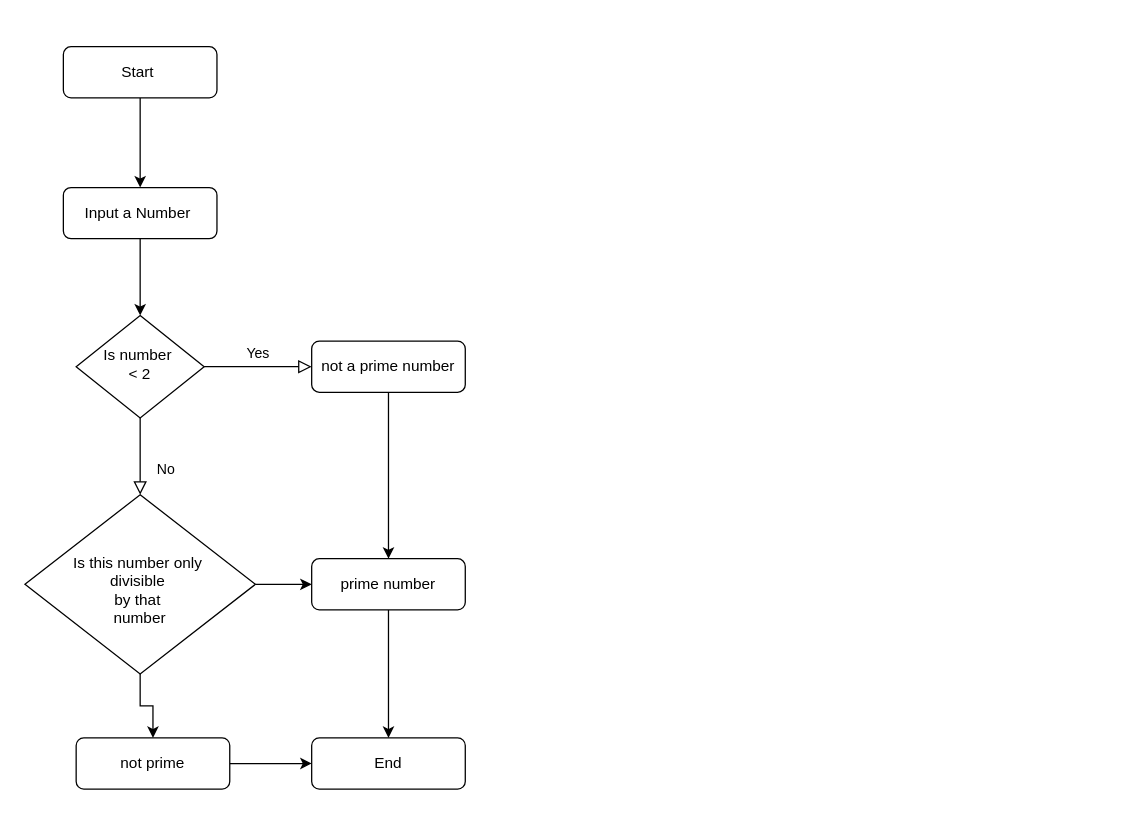
Earlier version of the draw.io diagram Untitled Diagram.drawio (Asandeshh/Asandeshh). Source tidied: cells renumbered, new cells numbered last; positions are measured from the earlier drawing's top-left corner, leaving out a move shared by most shapes. Both pictures are drawn from the tidied source at 128%, with x=0, y=0 at pixel (24, 46).
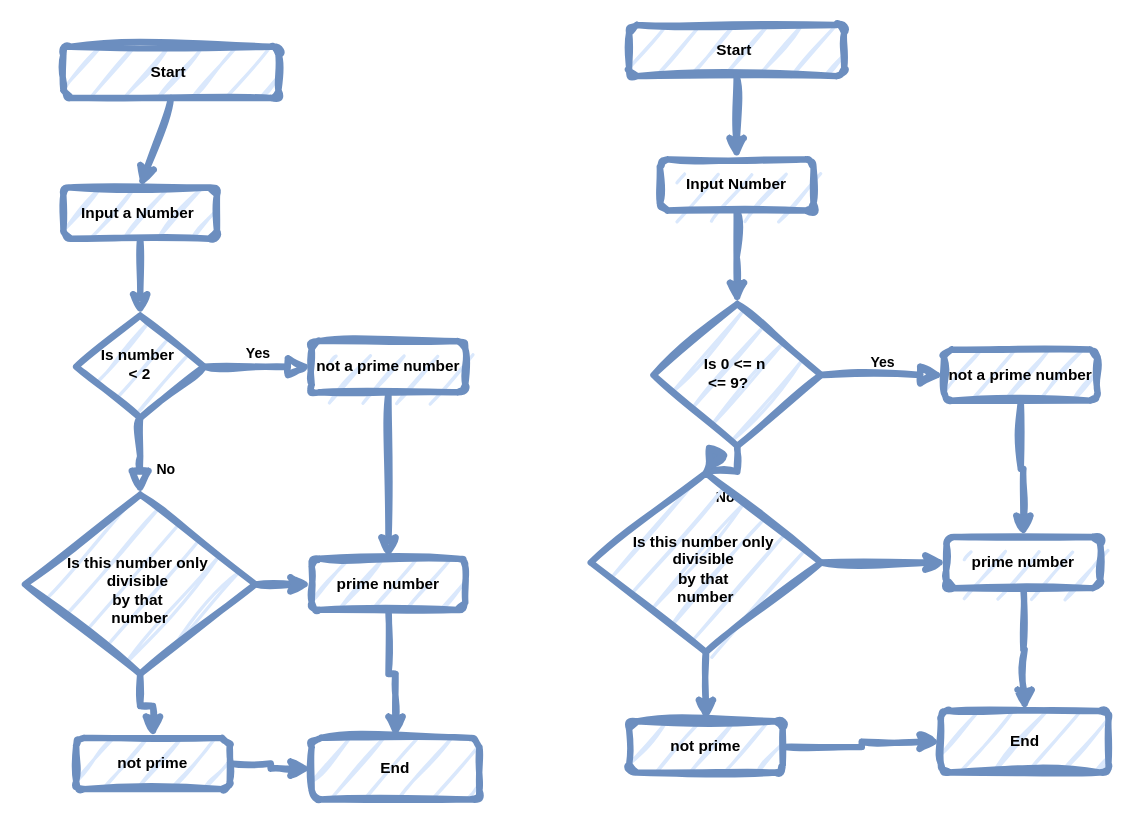
The same diagram, later.

What changed in the source:
```diff
@@
-    <mxCell id="2" value="Start&amp;nbsp;" style="rounded=1;whiteSpace=wrap;html=1;fontSize=12;glass=0;strokeWidth=1;shadow=0;" parent="1" vertex="1">
-      <mxGeometry x="30" width="120" height="40" as="geometry" />
+    <mxCell id="2" value="Start&amp;nbsp;" style="rounded=1;whiteSpace=wrap;html=1;fontSize=12;glass=0;strokeWidth=5;shadow=0;fillColor=#dae8fc;strokeColor=#6c8ebf;sketch=1;curveFitting=1;jiggle=2;fontStyle=1;horizontal=1;verticalAlign=middle;labelBackgroundColor=none;labelBorderColor=none;textShadow=0;" parent="1" vertex="1">
+      <mxGeometry x="30" width="168" height="40" as="geometry" />
     </mxCell>
-    <mxCell id="3" style="edgeStyle=orthogonalEdgeStyle;rounded=0;jettySize=auto;html=1;" parent="1" edge="1" source="4" target="7">
+    <mxCell id="3" style="edgeStyle=orthogonalEdgeStyle;rounded=0;jettySize=auto;html=1;fillColor=#dae8fc;strokeColor=#6c8ebf;strokeWidth=5;sketch=1;curveFitting=1;jiggle=2;shadow=0;fontStyle=1;horizontal=1;verticalAlign=middle;labelBackgroundColor=none;labelBorderColor=none;textShadow=0;" parent="1" edge="1" source="4" target="7">
       <mxGeometry relative="1" as="geometry" />
     </mxCell>
-    <mxCell id="4" value="Input a Number&amp;nbsp;" style="rounded=1;whiteSpace=wrap;html=1;fontSize=12;glass=0;strokeWidth=1;shadow=0;" parent="1" vertex="1">
+    <mxCell id="4" value="Input a Number&amp;nbsp;" style="rounded=1;whiteSpace=wrap;html=1;fontSize=12;glass=0;strokeWidth=5;shadow=0;fillColor=#dae8fc;strokeColor=#6c8ebf;sketch=1;curveFitting=1;jiggle=2;fontStyle=1;horizontal=1;verticalAlign=middle;labelBackgroundColor=none;labelBorderColor=none;textShadow=0;" parent="1" vertex="1">
       <mxGeometry x="30" y="110" width="120" height="40" as="geometry" />
     </mxCell>
-    <mxCell id="5" value="No" style="rounded=0;html=1;jettySize=auto;fontSize=11;endArrow=block;endFill=0;endSize=8;strokeWidth=1;shadow=0;labelBackgroundColor=none;edgeStyle=orthogonalEdgeStyle;" parent="1" edge="1" source="7">
+    <mxCell id="5" value="No" style="rounded=0;html=1;jettySize=auto;fontSize=11;endArrow=block;endFill=0;endSize=8;strokeWidth=5;shadow=0;labelBackgroundColor=none;edgeStyle=orthogonalEdgeStyle;fillColor=#dae8fc;strokeColor=#6c8ebf;sketch=1;curveFitting=1;jiggle=2;fontStyle=1;horizontal=1;verticalAlign=middle;labelBorderColor=none;textShadow=0;" parent="1" edge="1" source="7">
       <mxGeometry x="0.33" y="20" relative="1" as="geometry">
         <mxPoint x="90" y="350" as="targetPoint" />
       </mxGeometry>
     </mxCell>
-    <mxCell id="6" value="Yes" style="edgeStyle=orthogonalEdgeStyle;rounded=0;html=1;jettySize=auto;fontSize=11;endArrow=block;endFill=0;endSize=8;strokeWidth=1;shadow=0;labelBackgroundColor=none;" parent="1" edge="1" source="7" target="9">
+    <mxCell id="6" value="Yes" style="edgeStyle=orthogonalEdgeStyle;rounded=0;html=1;jettySize=auto;fontSize=11;endArrow=block;endFill=0;endSize=8;strokeWidth=5;shadow=0;labelBackgroundColor=none;fillColor=#dae8fc;strokeColor=#6c8ebf;sketch=1;curveFitting=1;jiggle=2;fontStyle=1;horizontal=1;verticalAlign=middle;labelBorderColor=none;textShadow=0;" parent="1" edge="1" source="7" target="9">
       <mxGeometry y="10" relative="1" as="geometry" />
     </mxCell>
-    <mxCell id="7" value="Is number&amp;nbsp;&lt;div&gt;&amp;lt; 2&lt;/div&gt;" style="rhombus;whiteSpace=wrap;html=1;shadow=0;fontFamily=Helvetica;fontSize=12;align=center;strokeWidth=1;spacing=6;spacingTop=-4;" parent="1" vertex="1">
+    <mxCell id="7" value="Is number&amp;nbsp;&lt;div&gt;&amp;lt; 2&lt;/div&gt;" style="rhombus;whiteSpace=wrap;html=1;shadow=0;fontFamily=Helvetica;fontSize=12;align=center;strokeWidth=5;spacing=6;spacingTop=-4;fillColor=#dae8fc;strokeColor=#6c8ebf;sketch=1;curveFitting=1;jiggle=2;fontStyle=1;horizontal=1;verticalAlign=middle;labelBackgroundColor=none;labelBorderColor=none;textShadow=0;" parent="1" vertex="1">
       <mxGeometry x="40" y="210" width="100" height="80" as="geometry" />
     </mxCell>
-    <mxCell id="8" style="edgeStyle=orthogonalEdgeStyle;rounded=0;jettySize=auto;html=1;" parent="1" edge="1" source="9" target="15">
+    <mxCell id="8" style="edgeStyle=orthogonalEdgeStyle;rounded=0;jettySize=auto;html=1;fillColor=#dae8fc;strokeColor=#6c8ebf;strokeWidth=5;sketch=1;curveFitting=1;jiggle=2;shadow=0;fontStyle=1;horizontal=1;verticalAlign=middle;labelBackgroundColor=none;labelBorderColor=none;textShadow=0;" parent="1" edge="1" source="9" target="15">
       <mxGeometry relative="1" as="geometry" />
     </mxCell>
-    <mxCell id="9" value="not a prime number" style="rounded=1;whiteSpace=wrap;html=1;fontSize=12;glass=0;strokeWidth=1;shadow=0;" parent="1" vertex="1">
+    <mxCell id="9" value="not a prime number" style="rounded=1;whiteSpace=wrap;html=1;fontSize=12;glass=0;strokeWidth=5;shadow=0;fillColor=#dae8fc;strokeColor=#6c8ebf;sketch=1;curveFitting=1;jiggle=2;fontStyle=1;horizontal=1;verticalAlign=middle;labelBackgroundColor=none;labelBorderColor=none;textShadow=0;" parent="1" vertex="1">
       <mxGeometry x="224" y="230" width="120" height="40" as="geometry" />
     </mxCell>
-    <mxCell id="10" style="endArrow=classic;html=1;rounded=0;exitX=0.5;exitY=1;exitDx=0;exitDy=0;entryX=0.5;entryY=0;entryDx=0;entryDy=0;" parent="1" edge="1" source="2" target="4">
+    <mxCell id="10" style="endArrow=classic;html=1;rounded=0;exitX=0.5;exitY=1;exitDx=0;exitDy=0;entryX=0.5;entryY=0;entryDx=0;entryDy=0;fillColor=#dae8fc;strokeColor=#6c8ebf;strokeWidth=5;sketch=1;curveFitting=1;jiggle=2;shadow=0;fontStyle=1;horizontal=1;verticalAlign=middle;labelBackgroundColor=none;labelBorderColor=none;textShadow=0;" parent="1" edge="1" source="2" target="4">
       <mxGeometry relative="1" as="geometry" />
     </mxCell>
-    <mxCell id="11" style="edgeStyle=orthogonalEdgeStyle;rounded=0;jettySize=auto;html=1;" parent="1" edge="1" source="13" target="17">
+    <mxCell id="11" style="edgeStyle=orthogonalEdgeStyle;rounded=0;jettySize=auto;html=1;fillColor=#dae8fc;strokeColor=#6c8ebf;strokeWidth=5;sketch=1;curveFitting=1;jiggle=2;shadow=0;fontStyle=1;horizontal=1;verticalAlign=middle;labelBackgroundColor=none;labelBorderColor=none;textShadow=0;" parent="1" edge="1" source="13" target="17">
       <mxGeometry relative="1" as="geometry" />
     </mxCell>
-    <mxCell id="12" style="edgeStyle=orthogonalEdgeStyle;rounded=0;jettySize=auto;html=1;" parent="1" edge="1" source="13" target="15">
+    <mxCell id="12" style="edgeStyle=orthogonalEdgeStyle;rounded=0;jettySize=auto;html=1;fillColor=#dae8fc;strokeColor=#6c8ebf;strokeWidth=5;sketch=1;curveFitting=1;jiggle=2;shadow=0;fontStyle=1;horizontal=1;verticalAlign=middle;labelBackgroundColor=none;labelBorderColor=none;textShadow=0;" parent="1" edge="1" source="13" target="15">
       <mxGeometry relative="1" as="geometry" />
     </mxCell>
-    <mxCell id="13" value="&lt;div&gt;&lt;br&gt;&lt;/div&gt;Is this number only&amp;nbsp;&lt;div&gt;divisible&amp;nbsp;&lt;div&gt;by that&amp;nbsp;&lt;/div&gt;&lt;/div&gt;&lt;div&gt;number&lt;/div&gt;" style="rhombus;whiteSpace=wrap;html=1;shadow=0;fontFamily=Helvetica;fontSize=12;align=center;strokeWidth=1;spacing=6;spacingTop=-4;" parent="1" vertex="1">
+    <mxCell id="13" value="&lt;div&gt;&lt;br&gt;&lt;/div&gt;Is this number only&amp;nbsp;&lt;div&gt;divisible&amp;nbsp;&lt;div&gt;by that&amp;nbsp;&lt;/div&gt;&lt;/div&gt;&lt;div&gt;number&lt;/div&gt;" style="rhombus;whiteSpace=wrap;html=1;shadow=0;fontFamily=Helvetica;fontSize=12;align=center;strokeWidth=5;spacing=6;spacingTop=-4;fillColor=#dae8fc;strokeColor=#6c8ebf;sketch=1;curveFitting=1;jiggle=2;fontStyle=1;horizontal=1;verticalAlign=middle;labelBackgroundColor=none;labelBorderColor=none;textShadow=0;" parent="1" vertex="1">
       <mxGeometry y="350" width="180" height="140" as="geometry" />
     </mxCell>
-    <mxCell id="14" style="edgeStyle=orthogonalEdgeStyle;rounded=0;jettySize=auto;html=1;" parent="1" edge="1" source="15" target="18">
+    <mxCell id="14" style="edgeStyle=orthogonalEdgeStyle;rounded=0;jettySize=auto;html=1;fillColor=#dae8fc;strokeColor=#6c8ebf;strokeWidth=5;sketch=1;curveFitting=1;jiggle=2;shadow=0;fontStyle=1;horizontal=1;verticalAlign=middle;labelBackgroundColor=none;labelBorderColor=none;textShadow=0;" parent="1" edge="1" source="15" target="18">
       <mxGeometry relative="1" as="geometry" />
     </mxCell>
-    <mxCell id="15" value="prime number" style="rounded=1;whiteSpace=wrap;html=1;fontSize=12;glass=0;strokeWidth=1;shadow=0;" parent="1" vertex="1">
+    <mxCell id="15" value="prime number" style="rounded=1;whiteSpace=wrap;html=1;fontSize=12;glass=0;strokeWidth=5;shadow=0;fillColor=#dae8fc;strokeColor=#6c8ebf;sketch=1;curveFitting=1;jiggle=2;fontStyle=1;horizontal=1;verticalAlign=middle;labelBackgroundColor=none;labelBorderColor=none;textShadow=0;" parent="1" vertex="1">
       <mxGeometry x="224" y="400" width="120" height="40" as="geometry" />
     </mxCell>
-    <mxCell id="16" style="edgeStyle=orthogonalEdgeStyle;rounded=0;jettySize=auto;html=1;" parent="1" edge="1" source="17" target="18">
+    <mxCell id="16" style="edgeStyle=orthogonalEdgeStyle;rounded=0;jettySize=auto;html=1;fillColor=#dae8fc;strokeColor=#6c8ebf;strokeWidth=5;sketch=1;curveFitting=1;jiggle=2;shadow=0;fontStyle=1;horizontal=1;verticalAlign=middle;labelBackgroundColor=none;labelBorderColor=none;textShadow=0;" parent="1" edge="1" source="17" target="18">
       <mxGeometry relative="1" as="geometry" />
     </mxCell>
-    <mxCell id="17" value="not prime" style="rounded=1;whiteSpace=wrap;html=1;fontSize=12;glass=0;strokeWidth=1;shadow=0;" parent="1" vertex="1">
+    <mxCell id="17" value="not prime" style="rounded=1;whiteSpace=wrap;html=1;fontSize=12;glass=0;strokeWidth=5;shadow=0;fillColor=#dae8fc;strokeColor=#6c8ebf;sketch=1;curveFitting=1;jiggle=2;fontStyle=1;horizontal=1;verticalAlign=middle;labelBackgroundColor=none;labelBorderColor=none;textShadow=0;" parent="1" vertex="1">
       <mxGeometry x="40" y="540" width="120" height="40" as="geometry" />
     </mxCell>
-    <mxCell id="18" value="End" style="rounded=1;whiteSpace=wrap;html=1;fontSize=12;glass=0;strokeWidth=1;shadow=0;" parent="1" vertex="1">
-      <mxGeometry x="224" y="540" width="120" height="40" as="geometry" />
+    <mxCell id="18" value="End" style="rounded=1;whiteSpace=wrap;html=1;fontSize=12;glass=0;strokeWidth=5;shadow=0;fillColor=#dae8fc;strokeColor=#6c8ebf;sketch=1;curveFitting=1;jiggle=2;fontStyle=1;horizontal=1;verticalAlign=middle;labelBackgroundColor=none;labelBorderColor=none;textShadow=0;" parent="1" vertex="1">
+      <mxGeometry x="224" y="540" width="131" height="48" as="geometry" />
     </mxCell>
+    <mxCell id="19" value="Start&amp;nbsp;" style="rounded=1;whiteSpace=wrap;html=1;fontSize=12;glass=0;strokeWidth=5;shadow=0;fillColor=#dae8fc;strokeColor=#6c8ebf;sketch=1;curveFitting=1;jiggle=2;fontStyle=1;horizontal=1;verticalAlign=middle;labelBackgroundColor=none;labelBorderColor=none;textShadow=0;" parent="1" vertex="1">
+      <mxGeometry x="472" y="-17" width="168" height="40" as="geometry" />
+    </mxCell>
+    <mxCell id="20" style="edgeStyle=orthogonalEdgeStyle;rounded=0;jettySize=auto;html=1;fillColor=#dae8fc;strokeColor=#6c8ebf;strokeWidth=5;sketch=1;curveFitting=1;jiggle=2;shadow=0;fontStyle=1;horizontal=1;verticalAlign=middle;labelBackgroundColor=none;labelBorderColor=none;textShadow=0;" parent="1" edge="1" source="21" target="24">
+      <mxGeometry relative="1" as="geometry" />
+    </mxCell>
+    <mxCell id="21" value="Input Number" style="rounded=1;whiteSpace=wrap;html=1;fontSize=12;glass=0;strokeWidth=5;shadow=0;fillColor=#dae8fc;strokeColor=#6c8ebf;sketch=1;curveFitting=1;jiggle=2;fontStyle=1;horizontal=1;verticalAlign=middle;labelBackgroundColor=none;labelBorderColor=none;textShadow=0;" parent="1" vertex="1">
+      <mxGeometry x="496" y="88" width="120" height="40" as="geometry" />
+    </mxCell>
+    <mxCell id="22" value="No" style="rounded=0;html=1;jettySize=auto;fontSize=11;endArrow=block;endFill=0;endSize=8;strokeWidth=5;shadow=0;labelBackgroundColor=none;edgeStyle=orthogonalEdgeStyle;fillColor=#dae8fc;strokeColor=#6c8ebf;sketch=1;curveFitting=1;jiggle=2;fontStyle=1;horizontal=1;verticalAlign=middle;labelBorderColor=none;textShadow=0;" parent="1" edge="1" source="24">
+      <mxGeometry x="0.33" y="20" relative="1" as="geometry">
+        <mxPoint x="532" y="333" as="targetPoint" />
+      </mxGeometry>
+    </mxCell>
+    <mxCell id="23" value="Yes" style="edgeStyle=orthogonalEdgeStyle;rounded=0;html=1;jettySize=auto;fontSize=11;endArrow=block;endFill=0;endSize=8;strokeWidth=5;shadow=0;labelBackgroundColor=none;fillColor=#dae8fc;strokeColor=#6c8ebf;sketch=1;curveFitting=1;jiggle=2;fontStyle=1;horizontal=1;verticalAlign=middle;labelBorderColor=none;textShadow=0;" parent="1" edge="1" source="24" target="26">
+      <mxGeometry y="10" relative="1" as="geometry" />
+    </mxCell>
+    <mxCell id="24" value="&lt;div&gt;&lt;span class=&quot;hljs-keyword&quot;&gt;Is&lt;/span&gt; &lt;span class=&quot;hljs-number&quot;&gt;0&lt;/span&gt; &lt;span class=&quot;hljs-operator&quot;&gt;&amp;lt;=&lt;/span&gt; n&amp;nbsp;&lt;/div&gt;&lt;div&gt;&lt;span class=&quot;hljs-operator&quot;&gt;&amp;lt;=&lt;/span&gt; &lt;span class=&quot;hljs-number&quot;&gt;9&lt;/span&gt;?&amp;nbsp; &amp;nbsp;&amp;nbsp;&lt;br&gt;&lt;/div&gt;" style="rhombus;whiteSpace=wrap;html=1;shadow=0;fontFamily=Helvetica;fontSize=12;align=center;strokeWidth=5;spacing=6;spacingTop=-4;fillColor=#dae8fc;strokeColor=#6c8ebf;sketch=1;curveFitting=1;jiggle=2;fontStyle=1;horizontal=1;verticalAlign=middle;labelBackgroundColor=none;labelBorderColor=none;textShadow=0;" parent="1" vertex="1">
+      <mxGeometry x="491" y="201" width="131" height="111" as="geometry" />
+    </mxCell>
+    <mxCell id="25" style="edgeStyle=orthogonalEdgeStyle;rounded=0;jettySize=auto;html=1;fillColor=#dae8fc;strokeColor=#6c8ebf;strokeWidth=5;sketch=1;curveFitting=1;jiggle=2;shadow=0;fontStyle=1;horizontal=1;verticalAlign=middle;labelBackgroundColor=none;labelBorderColor=none;textShadow=0;" parent="1" edge="1" source="26" target="32">
+      <mxGeometry relative="1" as="geometry" />
+    </mxCell>
+    <mxCell id="26" value="not a prime number" style="rounded=1;whiteSpace=wrap;html=1;fontSize=12;glass=0;strokeWidth=5;shadow=0;fillColor=#dae8fc;strokeColor=#6c8ebf;sketch=1;curveFitting=1;jiggle=2;fontStyle=1;horizontal=1;verticalAlign=middle;labelBackgroundColor=none;labelBorderColor=none;textShadow=0;" parent="1" vertex="1">
+      <mxGeometry x="718" y="236.5" width="120" height="40" as="geometry" />
+    </mxCell>
+    <mxCell id="27" style="endArrow=classic;html=1;rounded=0;exitX=0.5;exitY=1;exitDx=0;exitDy=0;entryX=0.5;entryY=0;entryDx=0;entryDy=0;fillColor=#dae8fc;strokeColor=#6c8ebf;strokeWidth=5;sketch=1;curveFitting=1;jiggle=2;shadow=0;fontStyle=1;horizontal=1;verticalAlign=middle;labelBackgroundColor=none;labelBorderColor=none;textShadow=0;" parent="1" edge="1" source="19" target="21">
+      <mxGeometry relative="1" as="geometry" />
+    </mxCell>
+    <mxCell id="28" style="edgeStyle=orthogonalEdgeStyle;rounded=0;jettySize=auto;html=1;fillColor=#dae8fc;strokeColor=#6c8ebf;strokeWidth=5;sketch=1;curveFitting=1;jiggle=2;shadow=0;fontStyle=1;horizontal=1;verticalAlign=middle;labelBackgroundColor=none;labelBorderColor=none;textShadow=0;" parent="1" edge="1" source="30" target="34">
+      <mxGeometry relative="1" as="geometry" />
+    </mxCell>
+    <mxCell id="29" style="edgeStyle=orthogonalEdgeStyle;rounded=0;jettySize=auto;html=1;fillColor=#dae8fc;strokeColor=#6c8ebf;strokeWidth=5;sketch=1;curveFitting=1;jiggle=2;shadow=0;fontStyle=1;horizontal=1;verticalAlign=middle;labelBackgroundColor=none;labelBorderColor=none;textShadow=0;" parent="1" edge="1" source="30" target="32">
+      <mxGeometry relative="1" as="geometry" />
+    </mxCell>
+    <mxCell id="30" value="&lt;div&gt;&lt;br&gt;&lt;/div&gt;Is this number only&amp;nbsp;&lt;div&gt;divisible&amp;nbsp;&lt;div&gt;by that&amp;nbsp;&lt;/div&gt;&lt;/div&gt;&lt;div&gt;number&lt;/div&gt;" style="rhombus;whiteSpace=wrap;html=1;shadow=0;fontFamily=Helvetica;fontSize=12;align=center;strokeWidth=5;spacing=6;spacingTop=-4;fillColor=#dae8fc;strokeColor=#6c8ebf;sketch=1;curveFitting=1;jiggle=2;fontStyle=1;horizontal=1;verticalAlign=middle;labelBackgroundColor=none;labelBorderColor=none;textShadow=0;" parent="1" vertex="1">
+      <mxGeometry x="442" y="333" width="180" height="140" as="geometry" />
+    </mxCell>
+    <mxCell id="31" style="edgeStyle=orthogonalEdgeStyle;rounded=0;jettySize=auto;html=1;fillColor=#dae8fc;strokeColor=#6c8ebf;strokeWidth=5;sketch=1;curveFitting=1;jiggle=2;shadow=0;fontStyle=1;horizontal=1;verticalAlign=middle;labelBackgroundColor=none;labelBorderColor=none;textShadow=0;" parent="1" edge="1" source="32" target="35">
+      <mxGeometry relative="1" as="geometry" />
+    </mxCell>
+    <mxCell id="32" value="prime number" style="rounded=1;whiteSpace=wrap;html=1;fontSize=12;glass=0;strokeWidth=5;shadow=0;fillColor=#dae8fc;strokeColor=#6c8ebf;sketch=1;curveFitting=1;jiggle=2;fontStyle=1;horizontal=1;verticalAlign=middle;labelBackgroundColor=none;labelBorderColor=none;textShadow=0;" parent="1" vertex="1">
+      <mxGeometry x="720" y="383" width="120" height="40" as="geometry" />
+    </mxCell>
+    <mxCell id="33" style="edgeStyle=orthogonalEdgeStyle;rounded=0;jettySize=auto;html=1;fillColor=#dae8fc;strokeColor=#6c8ebf;strokeWidth=5;sketch=1;curveFitting=1;jiggle=2;shadow=0;fontStyle=1;horizontal=1;verticalAlign=middle;labelBackgroundColor=none;labelBorderColor=none;textShadow=0;" parent="1" edge="1" source="34" target="35">
+      <mxGeometry relative="1" as="geometry" />
+    </mxCell>
+    <mxCell id="34" value="not prime" style="rounded=1;whiteSpace=wrap;html=1;fontSize=12;glass=0;strokeWidth=5;shadow=0;fillColor=#dae8fc;strokeColor=#6c8ebf;sketch=1;curveFitting=1;jiggle=2;fontStyle=1;horizontal=1;verticalAlign=middle;labelBackgroundColor=none;labelBorderColor=none;textShadow=0;" parent="1" vertex="1">
+      <mxGeometry x="472" y="527" width="120" height="40" as="geometry" />
+    </mxCell>
+    <mxCell id="35" value="End" style="rounded=1;whiteSpace=wrap;html=1;fontSize=12;glass=0;strokeWidth=5;shadow=0;fillColor=#dae8fc;strokeColor=#6c8ebf;sketch=1;curveFitting=1;jiggle=2;fontStyle=1;horizontal=1;verticalAlign=middle;labelBackgroundColor=none;labelBorderColor=none;textShadow=0;" parent="1" vertex="1">
+      <mxGeometry x="715.5" y="519" width="131" height="48" as="geometry" />
+    </mxCell>
```
